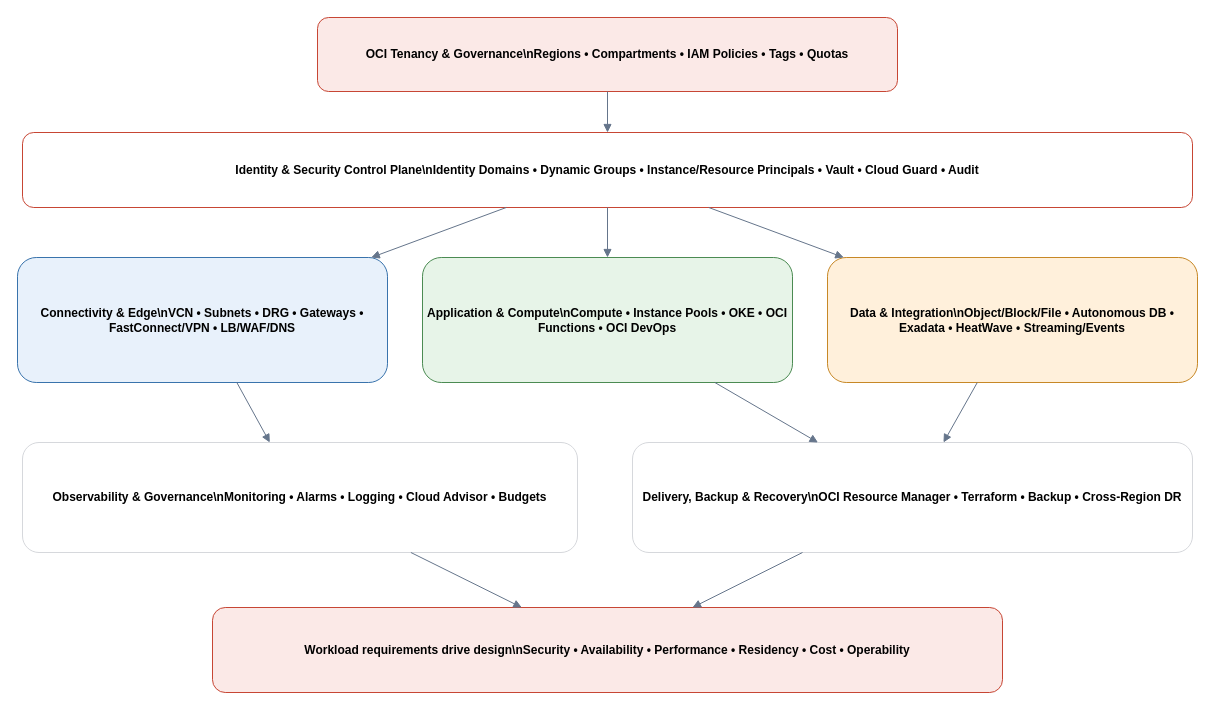
Earlier version of the draw.io diagram architecture.drawio (tripathies/OCI-Master-Vault). Source tidied: cells renumbered, new cells numbered last; positions are measured from the earlier drawing's top-left corner, leaving out a move shared by most shapes. Both pictures are drawn from the tidied source at 100%, with x=0, y=0 at pixel (17, 17).
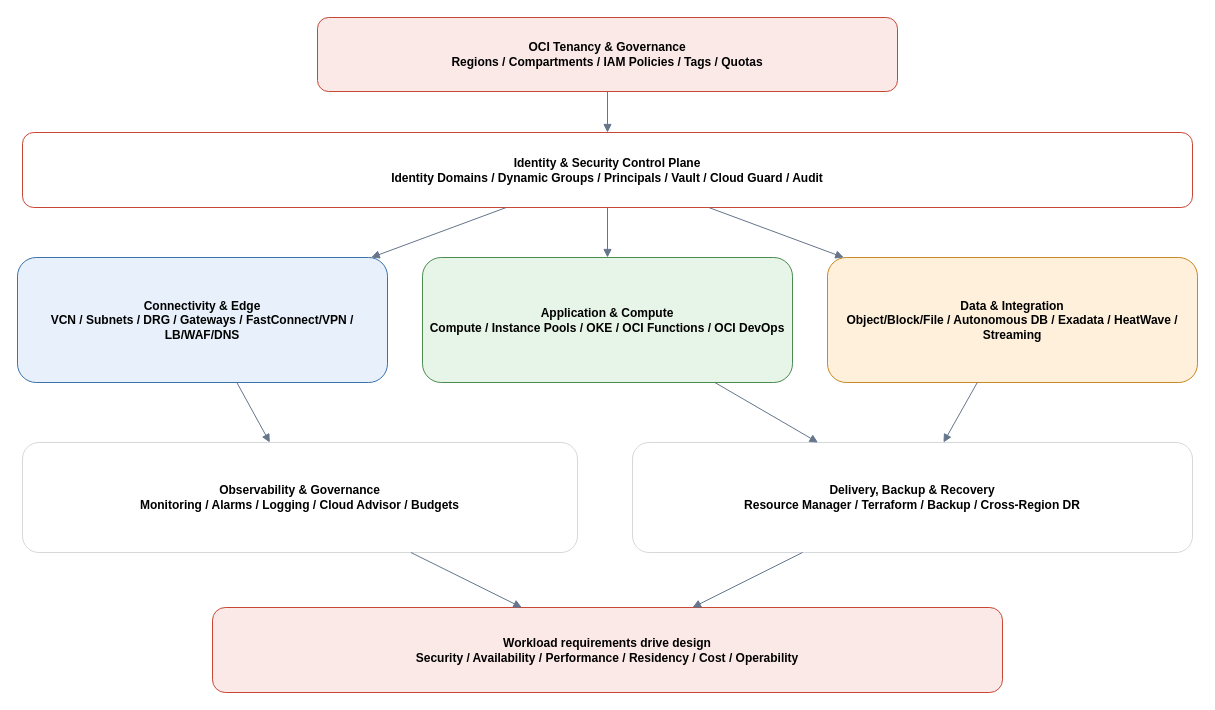
Above is the later version.

Change to the diagram source:
```diff
@@
 <mxGraphModel>
   <root>
     <mxCell id="0" />
     <mxCell id="1" parent="0" />
-    <mxCell id="2" value="OCI Tenancy &amp; Governance\nRegions • Compartments • IAM Policies • Tags • Quotas" style="rounded=1;whiteSpace=wrap;html=1;fillColor=#fbe9e7;strokeColor=#c74634;fontStyle=1;" parent="1" vertex="1">
+    <mxCell id="2" value="OCI Tenancy &amp; Governance&#10;Regions / Compartments / IAM Policies / Tags / Quotas" style="rounded=1;whiteSpace=wrap;html=1;fillColor=#fbe9e7;strokeColor=#c74634;fontStyle=1;" parent="1" vertex="1">
       <mxGeometry x="300" width="580" height="74" as="geometry" />
     </mxCell>
-    <mxCell id="3" value="Identity &amp; Security Control Plane\nIdentity Domains • Dynamic Groups • Instance/Resource Principals • Vault • Cloud Guard • Audit" style="rounded=1;whiteSpace=wrap;html=1;fillColor=#ffffff;strokeColor=#c74634;fontStyle=1;" parent="1" vertex="1">
+    <mxCell id="3" value="Identity &amp; Security Control Plane&#10;Identity Domains / Dynamic Groups / Principals / Vault / Cloud Guard / Audit" style="rounded=1;whiteSpace=wrap;html=1;fillColor=#ffffff;strokeColor=#c74634;fontStyle=1;" parent="1" vertex="1">
       <mxGeometry x="5" y="115" width="1170" height="75" as="geometry" />
     </mxCell>
-    <mxCell id="4" value="Connectivity &amp; Edge\nVCN • Subnets • DRG • Gateways • FastConnect/VPN • LB/WAF/DNS" style="rounded=1;whiteSpace=wrap;html=1;fillColor=#e8f1fb;strokeColor=#3973ac;fontStyle=1;" parent="1" vertex="1">
+    <mxCell id="4" value="Connectivity &amp; Edge&#10;VCN / Subnets / DRG / Gateways / FastConnect/VPN / LB/WAF/DNS" style="rounded=1;whiteSpace=wrap;html=1;fillColor=#e8f1fb;strokeColor=#3973ac;fontStyle=1;" parent="1" vertex="1">
       <mxGeometry y="240" width="370" height="125" as="geometry" />
     </mxCell>
-    <mxCell id="5" value="Application &amp; Compute\nCompute • Instance Pools • OKE • OCI Functions • OCI DevOps" style="rounded=1;whiteSpace=wrap;html=1;fillColor=#e7f4e8;strokeColor=#4b8b52;fontStyle=1;" parent="1" vertex="1">
+    <mxCell id="5" value="Application &amp; Compute&#10;Compute / Instance Pools / OKE / OCI Functions / OCI DevOps" style="rounded=1;whiteSpace=wrap;html=1;fillColor=#e7f4e8;strokeColor=#4b8b52;fontStyle=1;" parent="1" vertex="1">
       <mxGeometry x="405" y="240" width="370" height="125" as="geometry" />
     </mxCell>
-    <mxCell id="6" value="Data &amp; Integration\nObject/Block/File • Autonomous DB • Exadata • HeatWave • Streaming/Events" style="rounded=1;whiteSpace=wrap;html=1;fillColor=#fff0db;strokeColor=#c78826;fontStyle=1;" parent="1" vertex="1">
+    <mxCell id="6" value="Data &amp; Integration&#10;Object/Block/File / Autonomous DB / Exadata / HeatWave / Streaming" style="rounded=1;whiteSpace=wrap;html=1;fillColor=#fff0db;strokeColor=#c78826;fontStyle=1;" parent="1" vertex="1">
       <mxGeometry x="810" y="240" width="370" height="125" as="geometry" />
     </mxCell>
-    <mxCell id="7" value="Observability &amp; Governance\nMonitoring • Alarms • Logging • Cloud Advisor • Budgets" style="rounded=1;whiteSpace=wrap;html=1;fillColor=#ffffff;strokeColor=#d6d8dc;fontStyle=1;" parent="1" vertex="1">
+    <mxCell id="7" value="Observability &amp; Governance&#10;Monitoring / Alarms / Logging / Cloud Advisor / Budgets" style="rounded=1;whiteSpace=wrap;html=1;fillColor=#ffffff;strokeColor=#d6d8dc;fontStyle=1;" parent="1" vertex="1">
       <mxGeometry x="5" y="425" width="555" height="110" as="geometry" />
     </mxCell>
-    <mxCell id="8" value="Delivery, Backup &amp; Recovery\nOCI Resource Manager • Terraform • Backup • Cross-Region DR" style="rounded=1;whiteSpace=wrap;html=1;fillColor=#ffffff;strokeColor=#d6d8dc;fontStyle=1;" parent="1" vertex="1">
+    <mxCell id="8" value="Delivery, Backup &amp; Recovery&#10;Resource Manager / Terraform / Backup / Cross-Region DR" style="rounded=1;whiteSpace=wrap;html=1;fillColor=#ffffff;strokeColor=#d6d8dc;fontStyle=1;" parent="1" vertex="1">
       <mxGeometry x="615" y="425" width="560" height="110" as="geometry" />
     </mxCell>
-    <mxCell id="9" value="Workload requirements drive design\nSecurity • Availability • Performance • Residency • Cost • Operability" style="rounded=1;whiteSpace=wrap;html=1;fillColor=#fbe9e7;strokeColor=#c74634;fontStyle=1;" parent="1" vertex="1">
+    <mxCell id="9" value="Workload requirements drive design&#10;Security / Availability / Performance / Residency / Cost / Operability" style="rounded=1;whiteSpace=wrap;html=1;fillColor=#fbe9e7;strokeColor=#c74634;fontStyle=1;" parent="1" vertex="1">
       <mxGeometry x="195" y="590" width="790" height="85" as="geometry" />
     </mxCell>
     <mxCell id="10" style="endArrow=block;html=1;strokeColor=#65758b;" parent="1" edge="1" source="2" target="3">
       <mxGeometry relative="1" as="geometry" />
     </mxCell>
     <mxCell id="11" style="endArrow=block;html=1;strokeColor=#65758b;" parent="1" edge="1" source="3" target="4">
       <mxGeometry relative="1" as="geometry" />
     </mxCell>
     <mxCell id="12" style="endArrow=block;html=1;strokeColor=#65758b;" parent="1" edge="1" source="3" target="5">
       <mxGeometry relative="1" as="geometry" />
     </mxCell>
     <mxCell id="13" style="endArrow=block;html=1;strokeColor=#65758b;" parent="1" edge="1" source="3" target="6">
       <mxGeometry relative="1" as="geometry" />
     </mxCell>
     <mxCell id="14" style="endArrow=block;html=1;strokeColor=#65758b;" parent="1" edge="1" source="4" target="7">
       <mxGeometry relative="1" as="geometry" />
     </mxCell>
     <mxCell id="15" style="endArrow=block;html=1;strokeColor=#65758b;" parent="1" edge="1" source="5" target="8">
       <mxGeometry relative="1" as="geometry" />
     </mxCell>
     <mxCell id="16" style="endArrow=block;html=1;strokeColor=#65758b;" parent="1" edge="1" source="6" target="8">
       <mxGeometry relative="1" as="geometry" />
     </mxCell>
     <mxCell id="17" style="endArrow=block;html=1;strokeColor=#65758b;" parent="1" edge="1" source="7" target="9">
       <mxGeometry relative="1" as="geometry" />
     </mxCell>
     <mxCell id="18" style="endArrow=block;html=1;strokeColor=#65758b;" parent="1" edge="1" source="8" target="9">
       <mxGeometry relative="1" as="geometry" />
     </mxCell>
   </root>
 </mxGraphModel>
```
